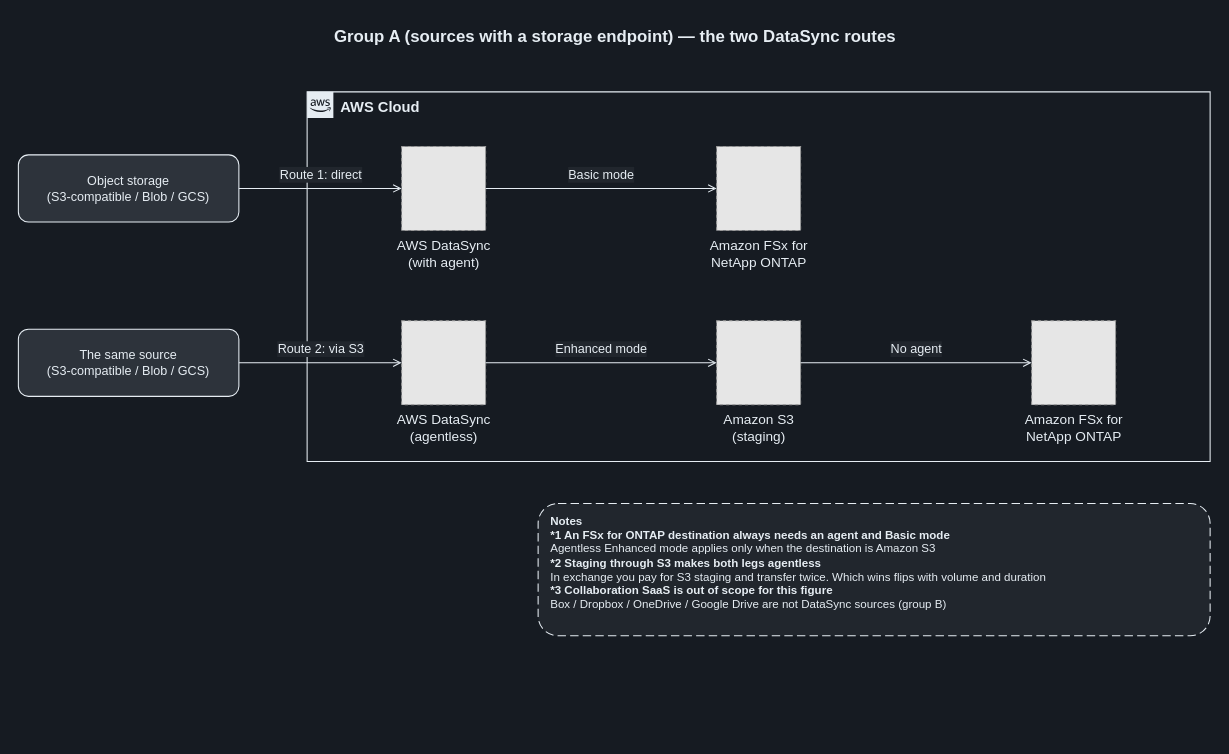
Yoshiki0705/FSx-for-ONTAP-S3AccessPoints-Serverless-Patterns keeps this draw.io diagram as docs/diagrams/dark/saas-migration-group-a-routes-en.drawio. Above is the earlier version. Source tidied: cells renumbered, new cells numbered last; positions are measured from the earlier drawing's top-left corner, leaving out a move shared by most shapes. Both pictures are drawn from the tidied source at 105%, with x=0, y=0 at pixel (18, 18). Pictures stored in the file or linked from it are replaced by grey dashed boxes.
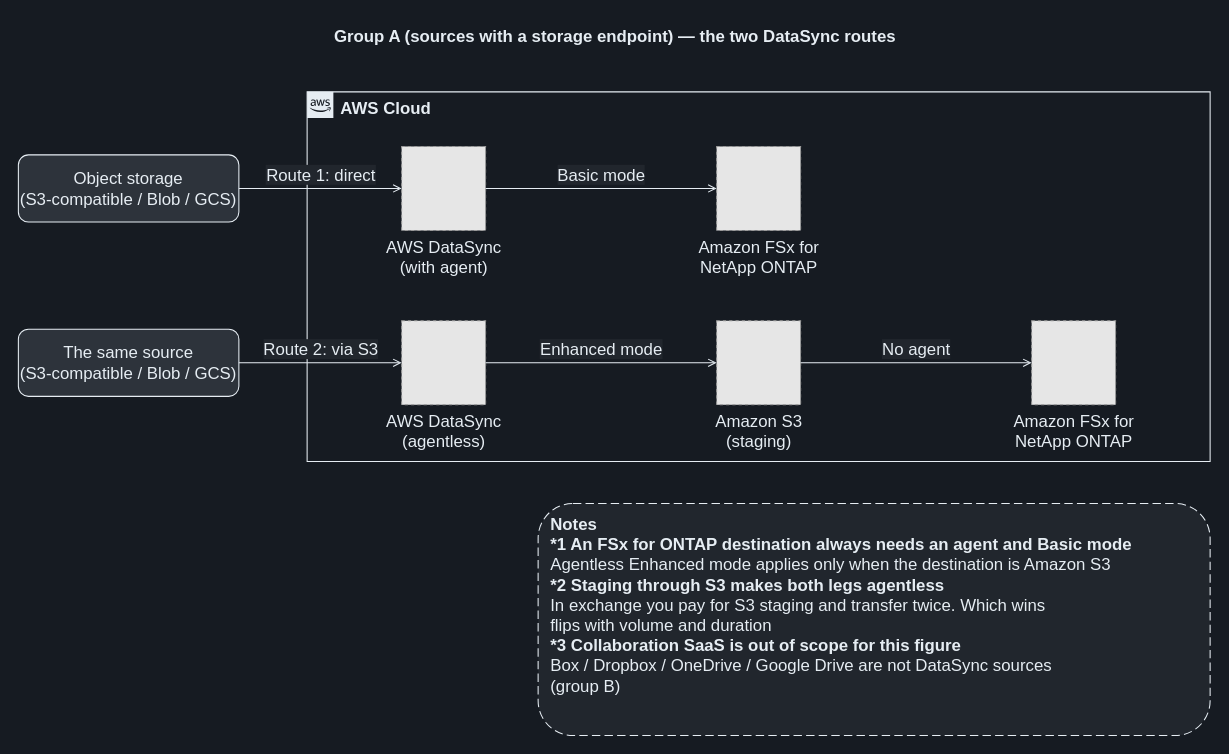
The same diagram, later.

Change to the diagram source:
```diff
@@
-    <mxCell id="3" value="AWS Cloud" style="gradientColor=none;html=1;whiteSpace=wrap;fontSize=14;fontStyle=1;shape=mxgraph.aws4.group;grIcon=mxgraph.aws4.group_aws_cloud_alt;strokeColor=#E6EDF3;fillColor=none;verticalAlign=top;align=left;spacingLeft=30;fontColor=#E6EDF3;dashed=0;" parent="1" vertex="1">
+    <mxCell id="3" value="AWS Cloud" style="gradientColor=none;html=1;whiteSpace=wrap;fontSize=16;fontStyle=1;shape=mxgraph.aws4.group;grIcon=mxgraph.aws4.group_aws_cloud_alt;strokeColor=#E6EDF3;fillColor=none;verticalAlign=top;align=left;spacingLeft=30;fontColor=#E6EDF3;dashed=0;" parent="1" vertex="1">
       <mxGeometry x="275" y="70" width="860" height="352" as="geometry" />
     </mxCell>
-    <mxCell id="4" value="Object storage&lt;br&gt;(S3-compatible / Blob / GCS)" style="rounded=1;whiteSpace=wrap;html=1;dashed=0;strokeColor=#E6EDF3;fillColor=#2D333B;align=center;verticalAlign=middle;fontSize=12;fontColor=#E6EDF3;" parent="1" vertex="1">
+    <mxCell id="4" value="Object storage&lt;br&gt;(S3-compatible / Blob / GCS)" style="rounded=1;whiteSpace=wrap;html=1;dashed=0;strokeColor=#E6EDF3;fillColor=#2D333B;align=center;verticalAlign=middle;fontSize=16;fontColor=#E6EDF3;" parent="1" vertex="1">
       <mxGeometry y="130" width="210" height="64" as="geometry" />
     </mxCell>
-    <mxCell id="5" value="AWS DataSync&lt;br&gt;(with agent)" style="fillColor=#E6E6E6;strokeColor=#999999;dashed=1;html=1;verticalLabelPosition=bottom;verticalAlign=top;labelPosition=center;align=center;fontSize=13;fontColor=#E6EDF3;" parent="1" vertex="1">
+    <mxCell id="5" value="AWS DataSync&lt;br&gt;(with agent)" style="fillColor=#E6E6E6;strokeColor=#999999;dashed=1;html=1;verticalLabelPosition=bottom;verticalAlign=top;labelPosition=center;align=center;fontSize=16;fontColor=#E6EDF3;" parent="1" vertex="1">
       <mxGeometry x="365" y="122" width="80" height="80" as="geometry" />
     </mxCell>
-    <mxCell id="6" value="Amazon FSx for&lt;br&gt;NetApp ONTAP" style="fillColor=#E6E6E6;strokeColor=#999999;dashed=1;html=1;verticalLabelPosition=bottom;verticalAlign=top;labelPosition=center;align=center;fontSize=13;fontColor=#E6EDF3;" parent="1" vertex="1">
+    <mxCell id="6" value="Amazon FSx for&lt;br&gt;NetApp ONTAP" style="fillColor=#E6E6E6;strokeColor=#999999;dashed=1;html=1;verticalLabelPosition=bottom;verticalAlign=top;labelPosition=center;align=center;fontSize=16;fontColor=#E6EDF3;" parent="1" vertex="1">
       <mxGeometry x="665" y="122" width="80" height="80" as="geometry" />
     </mxCell>
-    <mxCell id="7" value="The same source&lt;br&gt;(S3-compatible / Blob / GCS)" style="rounded=1;whiteSpace=wrap;html=1;dashed=0;strokeColor=#E6EDF3;fillColor=#2D333B;align=center;verticalAlign=middle;fontSize=12;fontColor=#E6EDF3;" parent="1" vertex="1">
+    <mxCell id="7" value="The same source&lt;br&gt;(S3-compatible / Blob / GCS)" style="rounded=1;whiteSpace=wrap;html=1;dashed=0;strokeColor=#E6EDF3;fillColor=#2D333B;align=center;verticalAlign=middle;fontSize=16;fontColor=#E6EDF3;" parent="1" vertex="1">
       <mxGeometry y="296" width="210" height="64" as="geometry" />
     </mxCell>
-    <mxCell id="8" value="AWS DataSync&lt;br&gt;(agentless)" style="fillColor=#E6E6E6;strokeColor=#999999;dashed=1;html=1;verticalLabelPosition=bottom;verticalAlign=top;labelPosition=center;align=center;fontSize=13;fontColor=#E6EDF3;" parent="1" vertex="1">
+    <mxCell id="8" value="AWS DataSync&lt;br&gt;(agentless)" style="fillColor=#E6E6E6;strokeColor=#999999;dashed=1;html=1;verticalLabelPosition=bottom;verticalAlign=top;labelPosition=center;align=center;fontSize=16;fontColor=#E6EDF3;" parent="1" vertex="1">
       <mxGeometry x="365" y="288" width="80" height="80" as="geometry" />
     </mxCell>
-    <mxCell id="9" value="Amazon S3&lt;br&gt;(staging)" style="fillColor=#E6E6E6;strokeColor=#999999;dashed=1;html=1;verticalLabelPosition=bottom;verticalAlign=top;labelPosition=center;align=center;fontSize=13;fontColor=#E6EDF3;" parent="1" vertex="1">
+    <mxCell id="9" value="Amazon S3&lt;br&gt;(staging)" style="fillColor=#E6E6E6;strokeColor=#999999;dashed=1;html=1;verticalLabelPosition=bottom;verticalAlign=top;labelPosition=center;align=center;fontSize=16;fontColor=#E6EDF3;" parent="1" vertex="1">
       <mxGeometry x="665" y="288" width="80" height="80" as="geometry" />
     </mxCell>
-    <mxCell id="10" value="Amazon FSx for&lt;br&gt;NetApp ONTAP" style="fillColor=#E6E6E6;strokeColor=#999999;dashed=1;html=1;verticalLabelPosition=bottom;verticalAlign=top;labelPosition=center;align=center;fontSize=13;fontColor=#E6EDF3;" parent="1" vertex="1">
+    <mxCell id="10" value="Amazon FSx for&lt;br&gt;NetApp ONTAP" style="fillColor=#E6E6E6;strokeColor=#999999;dashed=1;html=1;verticalLabelPosition=bottom;verticalAlign=top;labelPosition=center;align=center;fontSize=16;fontColor=#E6EDF3;" parent="1" vertex="1">
       <mxGeometry x="965" y="288" width="80" height="80" as="geometry" />
     </mxCell>
-    <mxCell id="11" value="Route 1: direct" style="edgeStyle=orthogonalEdgeStyle;rounded=0;jettySize=auto;html=1;endArrow=open;endFill=0;strokeColor=#E6EDF3;strokeWidth=1;fontSize=12;fontColor=#E6EDF3;labelBackgroundColor=#21262D;" parent="1" edge="1" source="4" target="5">
+    <mxCell id="11" value="Route 1: direct" style="edgeStyle=orthogonalEdgeStyle;rounded=0;jettySize=auto;html=1;endArrow=open;endFill=0;strokeColor=#E6EDF3;strokeWidth=1;fontSize=16;fontColor=#E6EDF3;labelBackgroundColor=#21262D;" parent="1" edge="1" source="4" target="5">
       <mxGeometry relative="1" as="geometry">
         <mxPoint y="-13" as="offset" />
       </mxGeometry>
     </mxCell>
-    <mxCell id="12" value="Basic mode" style="edgeStyle=orthogonalEdgeStyle;rounded=0;jettySize=auto;html=1;endArrow=open;endFill=0;strokeColor=#E6EDF3;strokeWidth=1;fontSize=12;fontColor=#E6EDF3;labelBackgroundColor=#21262D;" parent="1" edge="1" source="5" target="6">
+    <mxCell id="12" value="Basic mode" style="edgeStyle=orthogonalEdgeStyle;rounded=0;jettySize=auto;html=1;endArrow=open;endFill=0;strokeColor=#E6EDF3;strokeWidth=1;fontSize=16;fontColor=#E6EDF3;labelBackgroundColor=#21262D;" parent="1" edge="1" source="5" target="6">
       <mxGeometry relative="1" as="geometry">
         <mxPoint y="-13" as="offset" />
       </mxGeometry>
     </mxCell>
-    <mxCell id="13" value="Route 2: via S3" style="edgeStyle=orthogonalEdgeStyle;rounded=0;jettySize=auto;html=1;endArrow=open;endFill=0;strokeColor=#E6EDF3;strokeWidth=1;fontSize=12;fontColor=#E6EDF3;labelBackgroundColor=#21262D;" parent="1" edge="1" source="7" target="8">
+    <mxCell id="13" value="Route 2: via S3" style="edgeStyle=orthogonalEdgeStyle;rounded=0;jettySize=auto;html=1;endArrow=open;endFill=0;strokeColor=#E6EDF3;strokeWidth=1;fontSize=16;fontColor=#E6EDF3;labelBackgroundColor=#21262D;" parent="1" edge="1" source="7" target="8">
       <mxGeometry relative="1" as="geometry">
         <mxPoint y="-13" as="offset" />
       </mxGeometry>
     </mxCell>
-    <mxCell id="14" value="Enhanced mode" style="edgeStyle=orthogonalEdgeStyle;rounded=0;jettySize=auto;html=1;endArrow=open;endFill=0;strokeColor=#E6EDF3;strokeWidth=1;fontSize=12;fontColor=#E6EDF3;labelBackgroundColor=#21262D;" parent="1" edge="1" source="8" target="9">
+    <mxCell id="14" value="Enhanced mode" style="edgeStyle=orthogonalEdgeStyle;rounded=0;jettySize=auto;html=1;endArrow=open;endFill=0;strokeColor=#E6EDF3;strokeWidth=1;fontSize=16;fontColor=#E6EDF3;labelBackgroundColor=#21262D;" parent="1" edge="1" source="8" target="9">
       <mxGeometry relative="1" as="geometry">
         <mxPoint y="-13" as="offset" />
       </mxGeometry>
     </mxCell>
-    <mxCell id="15" value="No agent" style="edgeStyle=orthogonalEdgeStyle;rounded=0;jettySize=auto;html=1;endArrow=open;endFill=0;strokeColor=#E6EDF3;strokeWidth=1;fontSize=12;fontColor=#E6EDF3;labelBackgroundColor=#21262D;" parent="1" edge="1" source="9" target="10">
+    <mxCell id="15" value="No agent" style="edgeStyle=orthogonalEdgeStyle;rounded=0;jettySize=auto;html=1;endArrow=open;endFill=0;strokeColor=#E6EDF3;strokeWidth=1;fontSize=16;fontColor=#E6EDF3;labelBackgroundColor=#21262D;" parent="1" edge="1" source="9" target="10">
       <mxGeometry relative="1" as="geometry">
         <mxPoint y="-13" as="offset" />
       </mxGeometry>
     </mxCell>
-    <mxCell id="16" value="&lt;b&gt;Notes&lt;/b&gt;&lt;br&gt;&lt;b&gt;*1 An FSx for ONTAP destination always needs an agent and Basic mode&lt;/b&gt;&lt;br&gt;Agentless Enhanced mode applies only when the destination is Amazon S3&lt;br&gt;&lt;b&gt;*2 Staging through S3 makes both legs agentless&lt;/b&gt;&lt;br&gt;In exchange you pay for S3 staging and transfer twice. Which wins flips with volume and duration&lt;br&gt;&lt;b&gt;*3 Collaboration SaaS is out of scope for this figure&lt;/b&gt;&lt;br&gt;Box / Dropbox / OneDrive / Google Drive are not DataSync sources (group B)" style="rounded=1;whiteSpace=wrap;html=1;dashed=1;dashPattern=8 4;strokeColor=#E6EDF3;fillColor=#21262D;align=left;verticalAlign=top;spacingLeft=10;spacingTop=4;fontSize=11;fontColor=#E6EDF3;" parent="1" vertex="1">
-      <mxGeometry x="495" y="462" width="640" height="126" as="geometry" />
+    <mxCell id="16" value="&lt;b&gt;Notes&lt;/b&gt;&lt;br&gt;&lt;b&gt;*1 An FSx for ONTAP destination always needs an agent and Basic mode&lt;/b&gt;&lt;br&gt;Agentless Enhanced mode applies only when the destination is Amazon S3&lt;br&gt;&lt;b&gt;*2 Staging through S3 makes both legs agentless&lt;/b&gt;&lt;br&gt;In exchange you pay for S3 staging and transfer twice. Which wins&lt;br&gt;flips with volume and duration&lt;br&gt;&lt;b&gt;*3 Collaboration SaaS is out of scope for this figure&lt;/b&gt;&lt;br&gt;Box / Dropbox / OneDrive / Google Drive are not DataSync sources&lt;br&gt;(group B)" style="rounded=1;whiteSpace=wrap;html=1;dashed=1;dashPattern=8 4;strokeColor=#E6EDF3;fillColor=#21262D;align=left;verticalAlign=top;spacingLeft=10;spacingTop=4;fontSize=16;fontColor=#E6EDF3;" parent="1" vertex="1">
+      <mxGeometry x="495" y="462" width="640" height="221" as="geometry" />
     </mxCell>
```
